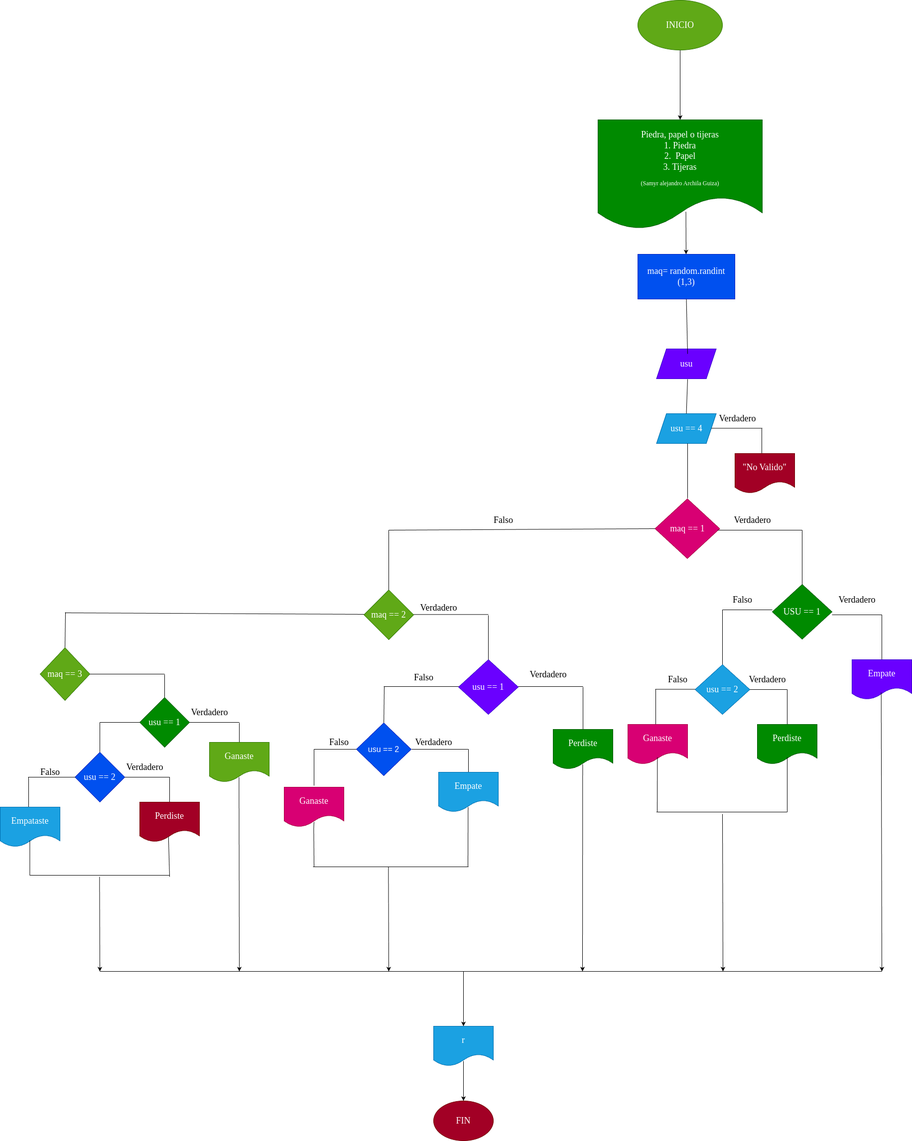
The draw.io diagram diagrama.png in SamyrArchila/piedra_papel_tijeras, before a commit. Source tidied: cells renumbered, new cells last; positions are measured from the earlier drawing's top-left corner, leaving out a move shared by most shapes.
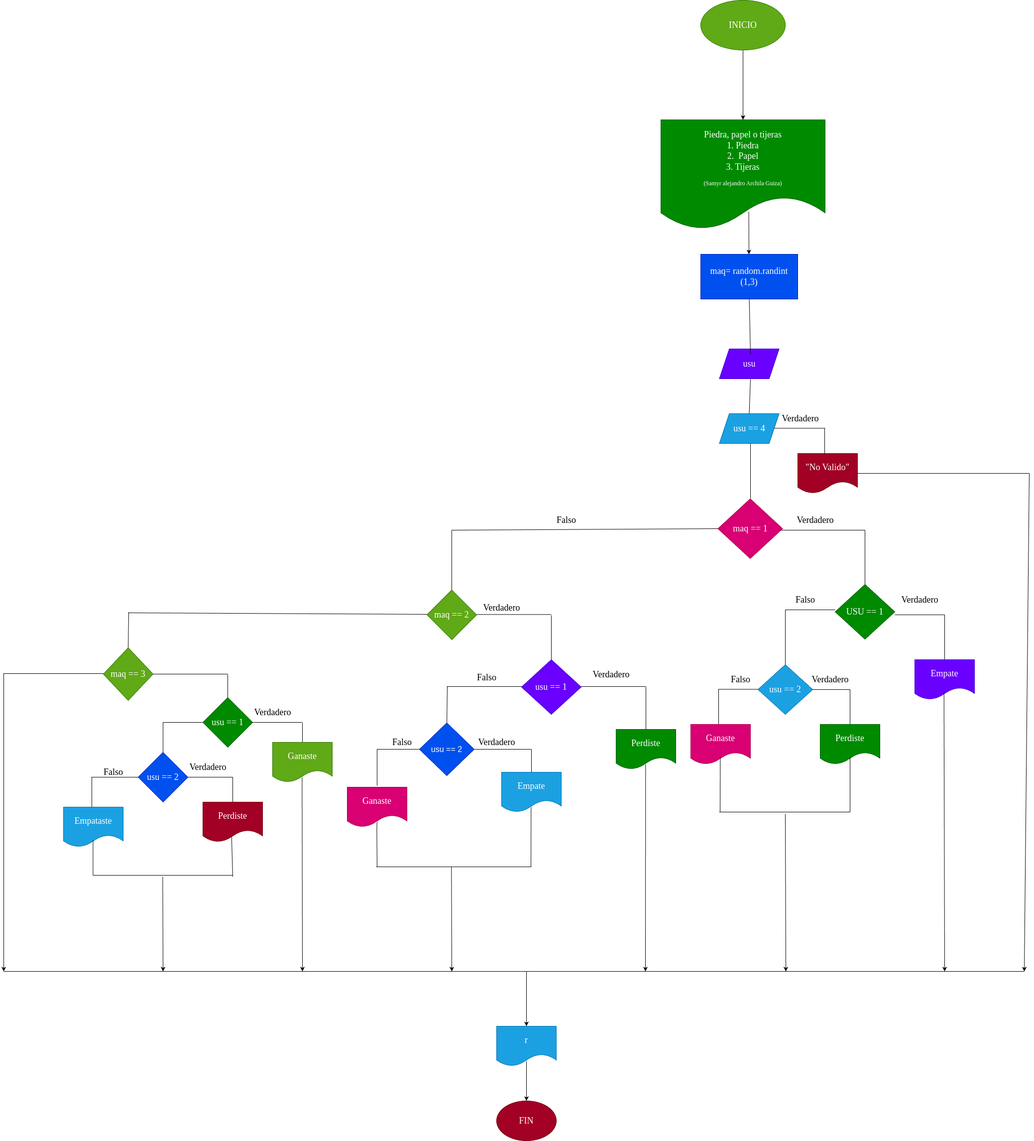
After the commit.

What changed in the source:
```diff
@@ -448,7 +448,7 @@
     </mxCell>
     <mxCell id="96" style="endArrow=none;html=1;fontFamily=Verdana;fontSize=18;" parent="1" edge="1">
       <mxGeometry relative="1" as="geometry">
-        <mxPoint x="200" y="1950" as="sourcePoint" />
+        <mxPoint x="-120" y="1950" as="sourcePoint" />
         <mxPoint x="1770" y="1950" as="targetPoint" />
       </mxGeometry>
     </mxCell>
@@ -487,5 +487,35 @@
         <mxPoint x="1770" y="1950" as="targetPoint" />
       </mxGeometry>
     </mxCell>
+    <mxCell id="104" style="endArrow=none;html=1;fontFamily=Verdana;fontSize=18;" parent="1" edge="1">
+      <mxGeometry relative="1" as="geometry">
+        <mxPoint x="-120" y="1352" as="sourcePoint" />
+        <mxPoint x="80" y="1352" as="targetPoint" />
+      </mxGeometry>
+    </mxCell>
+    <mxCell id="105" style="endArrow=classic;html=1;fontFamily=Verdana;fontSize=18;" parent="1" edge="1">
+      <mxGeometry relative="1" as="geometry">
+        <mxPoint x="-120" y="1351" as="sourcePoint" />
+        <mxPoint x="-120" y="1950" as="targetPoint" />
+      </mxGeometry>
+    </mxCell>
+    <mxCell id="106" style="endArrow=none;html=1;fontFamily=Verdana;fontSize=18;" parent="1" edge="1">
+      <mxGeometry relative="1" as="geometry">
+        <mxPoint x="1595" y="950" as="sourcePoint" />
+        <mxPoint x="1940" y="950" as="targetPoint" />
+      </mxGeometry>
+    </mxCell>
+    <mxCell id="107" style="endArrow=classic;html=1;fontFamily=Verdana;fontSize=18;" parent="1" edge="1">
+      <mxGeometry relative="1" as="geometry">
+        <mxPoint x="1940" y="950" as="sourcePoint" />
+        <mxPoint x="1930" y="1950" as="targetPoint" />
+      </mxGeometry>
+    </mxCell>
+    <mxCell id="108" style="endArrow=none;html=1;fontFamily=Verdana;fontSize=18;" parent="1" edge="1">
+      <mxGeometry relative="1" as="geometry">
+        <mxPoint x="1770" y="1950" as="sourcePoint" />
+        <mxPoint x="1930" y="1950" as="targetPoint" />
+      </mxGeometry>
+    </mxCell>
   </root>
 </mxGraphModel>
```
